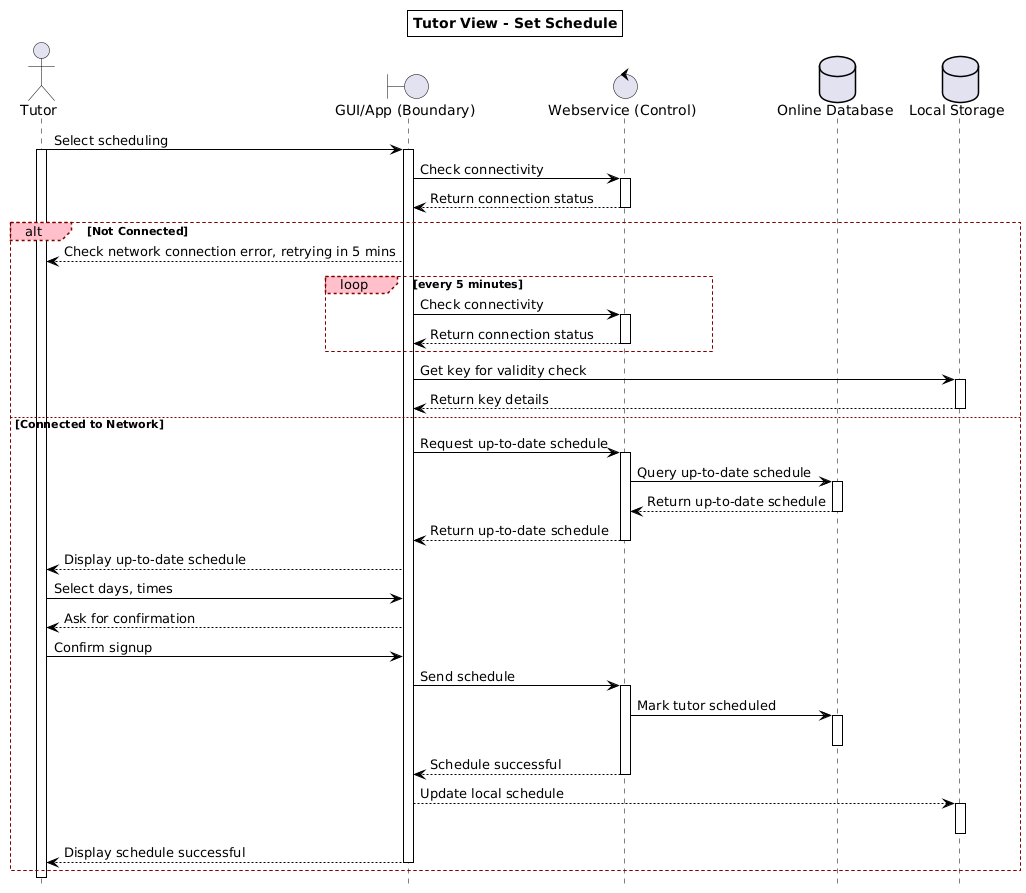
Before: uml/sequence1/tutor/png/tutor_schedule_hours.png, a diagram exported from PlantUML (sebastien-andre/capstone1).
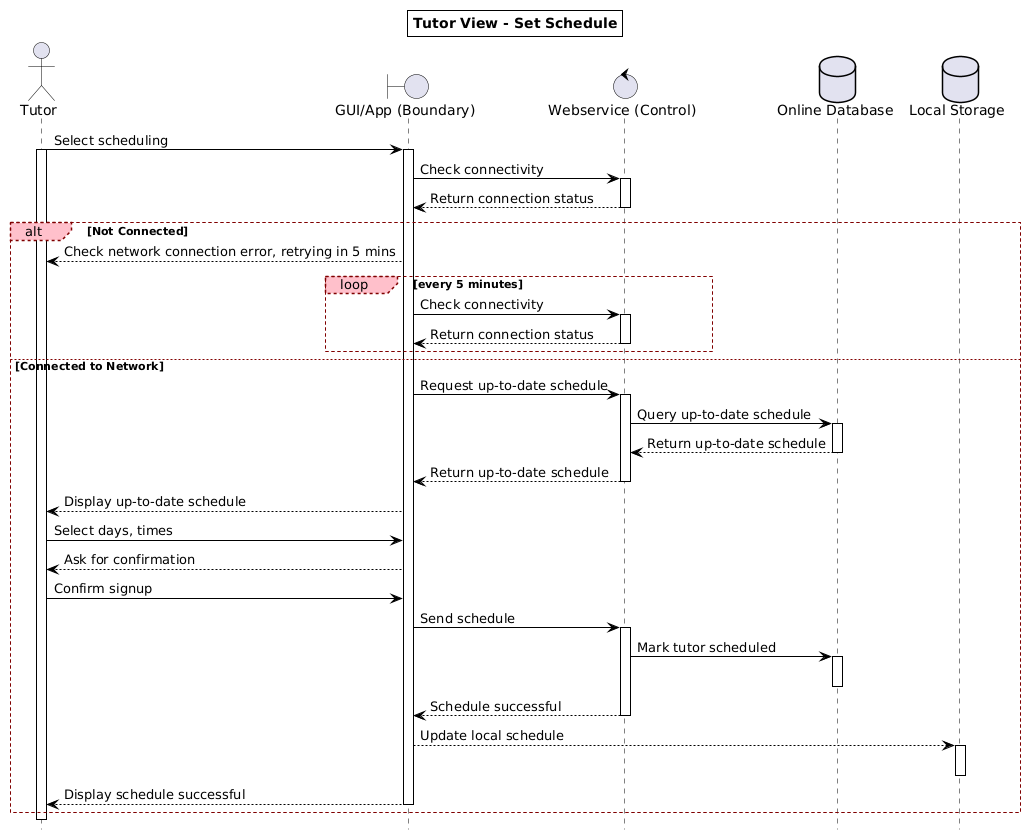
The same diagram one commit later.

Diff of the diagram source:
```diff
@@ -53,10 +53,7 @@
         ws --> gui: Return connection status
         deactivate ws
     end
-    gui -> ls: Get key for validity check
-    activate ls
-    ls --> gui: Return key details
-    deactivate ls
+
 
 else Connected to Network
     gui -> ws: Request up-to-date schedule
```
